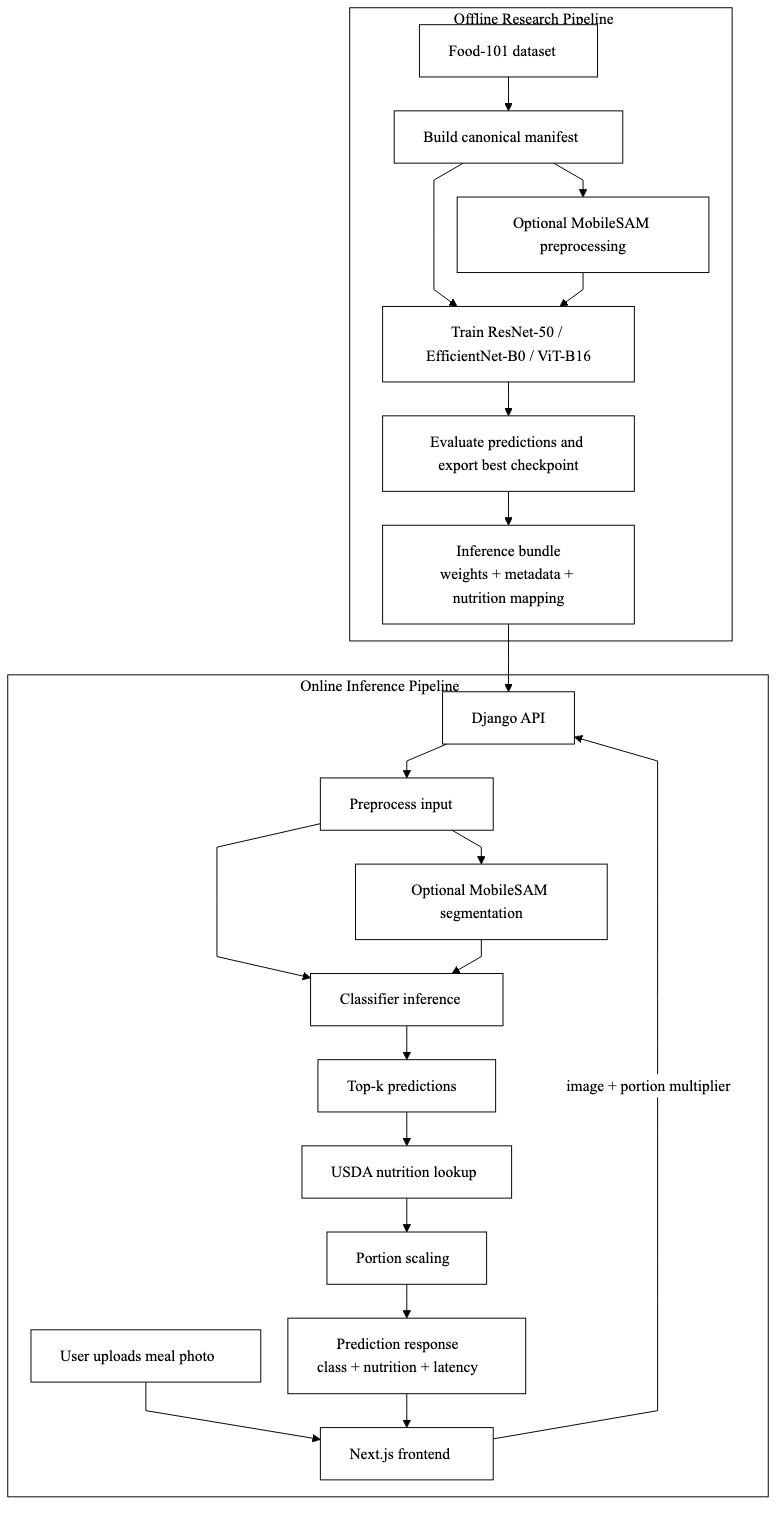
Earlier version of the Mermaid export report/figures/pipeline.png (jaymalve/snapcal). Its source is kept beside it as report/figures/pipeline.mmd.
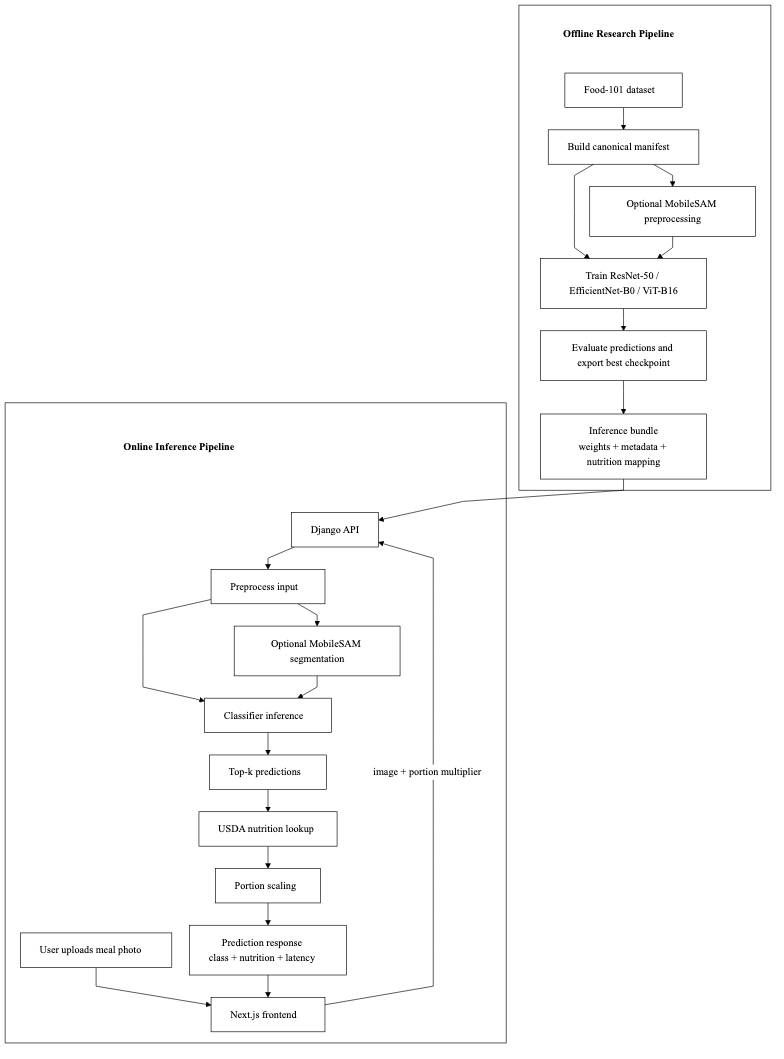
After the commit.

Commit message:
Fix pipeline diagrams

The edit, as a diff of the source:
```diff
@@ -1,6 +1,9 @@
 %%{init: {"theme": "base", "themeVariables": {"fontFamily": "Helvetica, Arial, sans-serif", "background": "#ffffff", "primaryColor": "#ffffff", "primaryTextColor": "#000000", "primaryBorderColor": "#000000", "secondaryColor": "#ffffff", "secondaryTextColor": "#000000", "secondaryBorderColor": "#000000", "tertiaryColor": "#ffffff", "tertiaryTextColor": "#000000", "tertiaryBorderColor": "#000000", "lineColor": "#000000", "textColor": "#000000", "mainBkg": "#ffffff", "nodeBorder": "#000000", "clusterBkg": "#ffffff", "clusterBorder": "#000000", "edgeLabelBackground": "#ffffff"}, "flowchart": {"curve": "linear", "nodeSpacing": 28, "rankSpacing": 35}}}%%
 flowchart TB
-  subgraph Offline[Offline Research Pipeline]
+  classDef sectionTitle fill:#ffffff,stroke:none,color:#000000,font-weight:bold,font-size:16px;
+
+  subgraph Offline[ ]
+    OT[Offline Research Pipeline]:::sectionTitle
     D[Food-101 dataset]
     M[Build canonical manifest]
     S[Optional MobileSAM preprocessing]
@@ -8,6 +11,7 @@
     E[Evaluate predictions and export best checkpoint]
     B[Inference bundle\nweights + metadata + nutrition mapping]
 
+    OT --- D
     D --> M
     M --> S
     M --> T
@@ -16,7 +20,8 @@
     E --> B
   end
 
-  subgraph Online[Online Inference Pipeline]
+  subgraph Online[ ]
+    IT[Online Inference Pipeline]:::sectionTitle
     U[User uploads meal photo]
     F[Next.js frontend]
     A[Django API]
@@ -28,6 +33,7 @@
     R[Portion scaling]
     O[Prediction response\nclass + nutrition + latency]
 
+    IT --- A
     U --> F
     F -->|image + portion multiplier| A
     A --> P
@@ -42,3 +48,5 @@
   end
 
   B --> A
+  linkStyle 0 stroke-width:0px,fill:none;
+  linkStyle 7 stroke-width:0px,fill:none;
```
